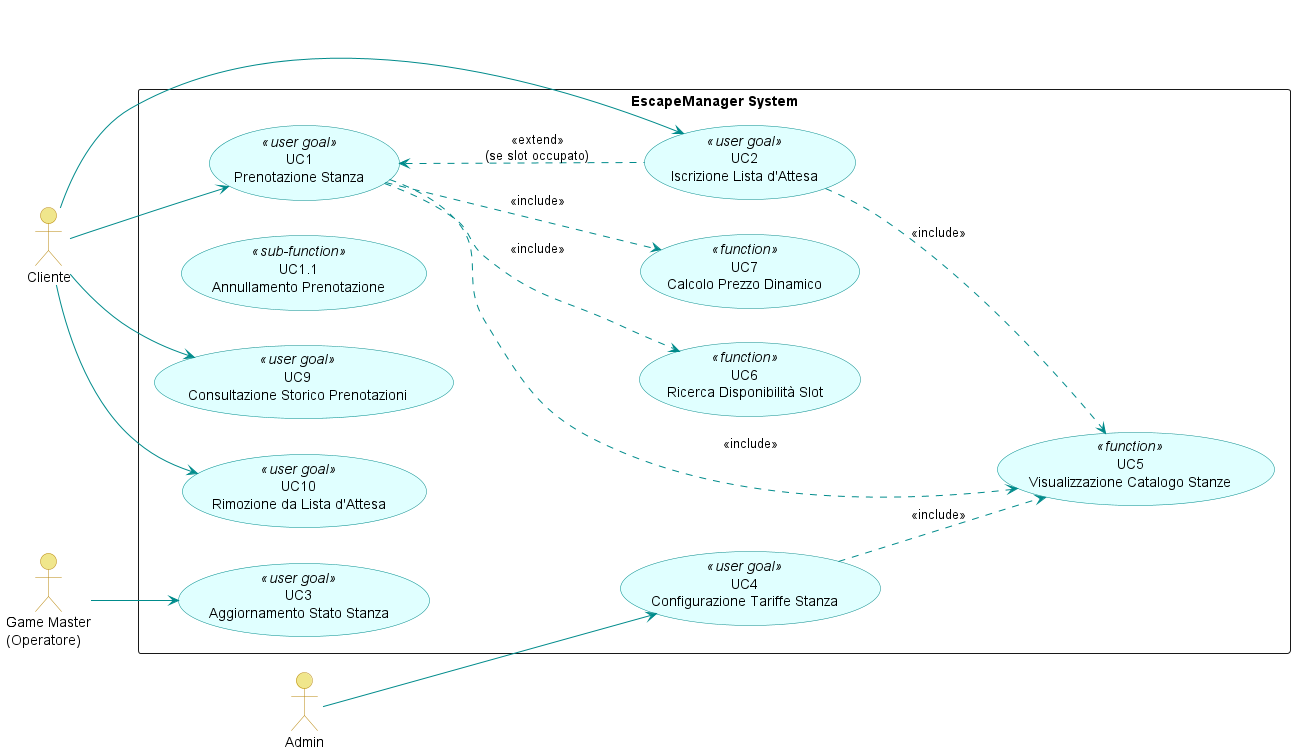
Above: LaTeX/images/usecase_diagram.png in Adrycasta04/EscapeManager (PlantUML), before the change. Its diagram source:
```plantuml
@startuml usecase_diagram
left to right direction
skinparam packageStyle rectangle
skinparam usecase {
    BackgroundColor LightCyan
    BorderColor DarkCyan
    ArrowColor DarkCyan
}
skinparam actor {
    BackgroundColor Khaki
    BorderColor DarkGoldenRod
}

actor "Cliente" as C
actor "Game Master\n(Operatore)" as GM
actor "Admin" as A

rectangle "EscapeManager System" {

    usecase "UC1\nPrenotazione Stanza" <<user goal>> as UC_C1
    usecase "UC1.1\nAnnullamento Prenotazione" <<sub-function>> as UC_C1_1
    usecase "UC2\nIscrizione Lista d'Attesa" <<user goal>> as UC_C2
    usecase "UC9\nConsultazione Storico Prenotazioni" <<user goal>> as UC_C9
    usecase "UC10\nRimozione da Lista d'Attesa" <<user goal>> as UC_C10

    usecase "UC3\nAggiornamento Stato Stanza" <<user goal>> as UC_GM3

    usecase "UC4\nConfigurazione Tariffe Stanza" <<user goal>> as UC_A2

    usecase "UC5\nVisualizzazione Catalogo Stanze" <<function>> as UC_F5
    usecase "UC6\nRicerca Disponibilità Slot" <<function>> as UC_F6
    usecase "UC7\nCalcolo Prezzo Dinamico" <<function>> as UC_F7
}

C --> UC_C1
C --> UC_C2
C --> UC_C9
C --> UC_C10

GM --> UC_GM3

A --> UC_A2

UC_C2 .up.> UC_C1 : <<extend>>\n(se slot occupato)

UC_C1 ..> UC_F5 : <<include>>
UC_C1 ..> UC_F6 : <<include>>
UC_C1 ..> UC_F7 : <<include>>

UC_C2 ..> UC_F5 : <<include>>

UC_A2 ..> UC_F5 : <<include>>

@enduml
```
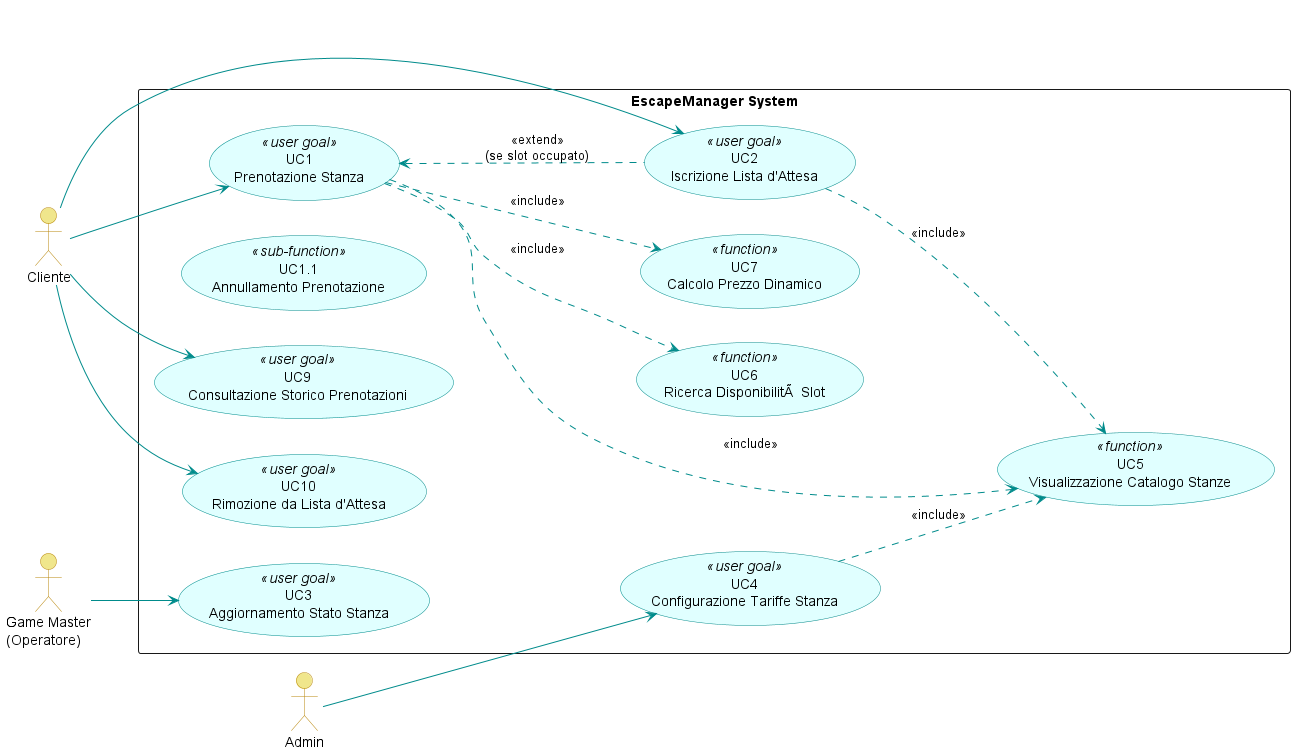
After the commit.

The edit, as a diff of the source:
```diff
@@ -28,7 +28,7 @@
     usecase "UC4\nConfigurazione Tariffe Stanza" <<user goal>> as UC_A2
 
     usecase "UC5\nVisualizzazione Catalogo Stanze" <<function>> as UC_F5
-    usecase "UC6\nRicerca Disponibilità Slot" <<function>> as UC_F6
+    usecase "UC6\nRicerca DisponibilitÃ  Slot" <<function>> as UC_F6
     usecase "UC7\nCalcolo Prezzo Dinamico" <<function>> as UC_F7
 }
 
```
